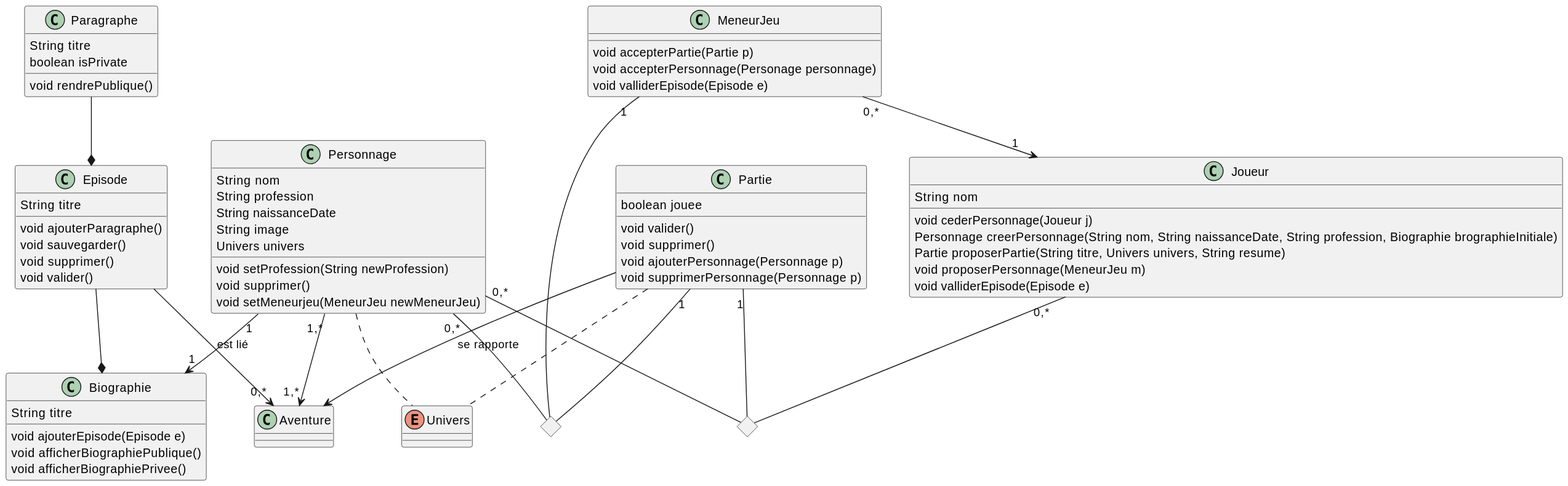
Above: diagrams/projet gl - diagramme de classe d'analyse.svg in Stefy237/projet-gl (PlantUML), before the change.
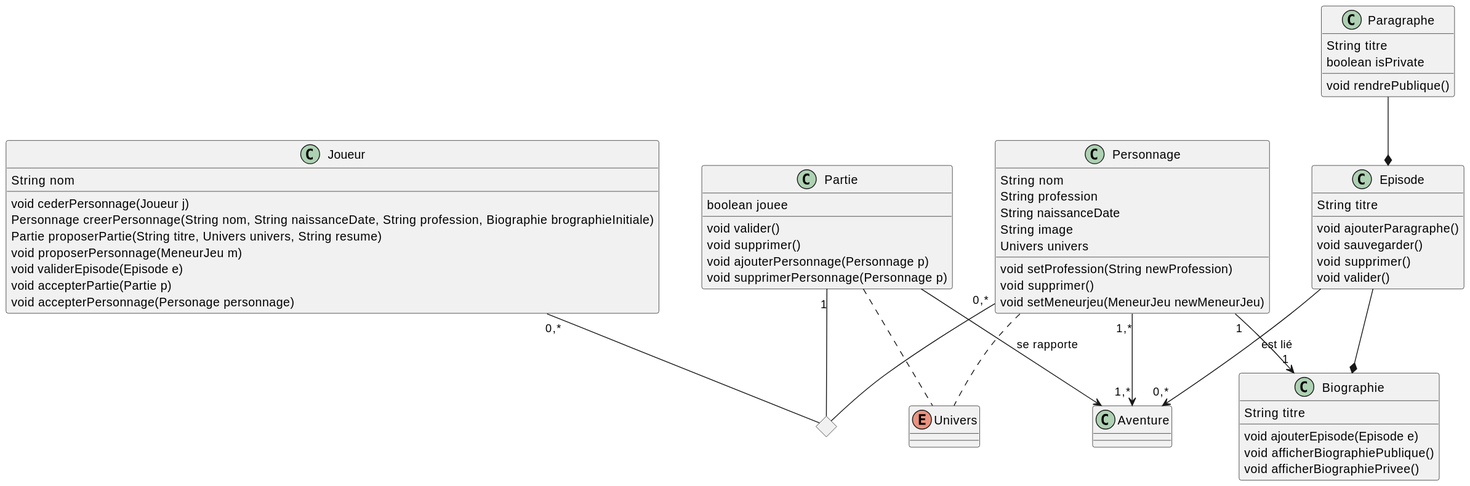
After the change.

Diff of the diagram source:
```diff
@@ -16,18 +16,15 @@
     void supprimer()
     void setMeneurjeu(MeneurJeu newMeneurJeu)
 }
-class MeneurJeu {
-    void accepterPartie(Partie p)
-    void accepterPersonnage(Personage personnage)
-    void valliderEpisode(Episode e)
-}
 class Joueur {
     String nom
     void cederPersonnage(Joueur j)
     Personnage creerPersonnage(String nom, String naissanceDate, String profession, Biographie brographieInitiale)
     Partie proposerPartie(String titre, Univers univers, String resume)
     void proposerPersonnage(MeneurJeu m)
-    void valliderEpisode(Episode e)
+    void validerEpisode(Episode e)
+    void accepterPartie(Partie p)
+    void accepterPersonnage(Personage personnage)
 }
 class Partie {
     boolean jouee
@@ -58,15 +55,10 @@
     void rendrePublique()
 }
 diamond diamond1
-diamond diamond2
 
 Joueur "0,*" -- diamond1
 Partie "1" -- diamond1
 Personnage "0,*" -- diamond1
-
-MeneurJeu "1" -- diamond2
-Partie "1" -- diamond2
-Personnage "0,*"-- diamond2
 
 Episode --* Biographie
 Paragraphe --* Episode
@@ -78,5 +70,4 @@
 Personnage "1" -->" 1" Biographie
 Partie .. Univers
 Personnage .. Univers
-MeneurJeu "0,*" --> "1" Joueur
 @enduml
```
